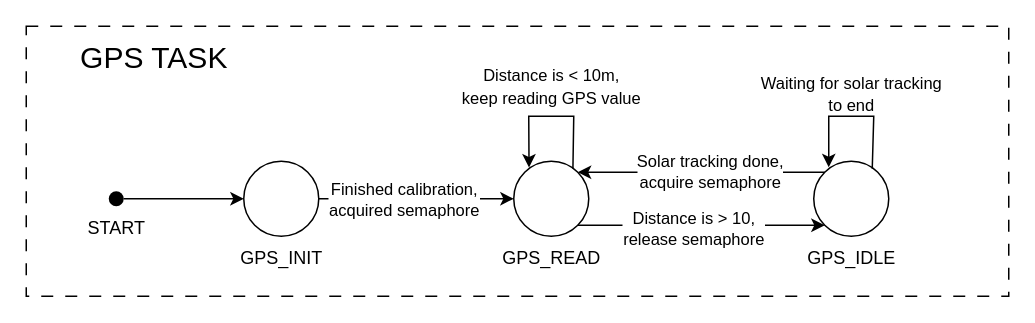
The draw.io diagram a07g_images/gps_fsm.drawio in ese5160/final-project-a07g-a14g-t02-a-p-a-t-h-y, before the edit. Source tidied: cells renumbered, new cells numbered last; positions are measured from the earlier drawing's top-left corner, leaving out a move shared by most shapes. Both pictures are drawn from the tidied source at 150%, with x=0, y=0 at pixel (26, 26).
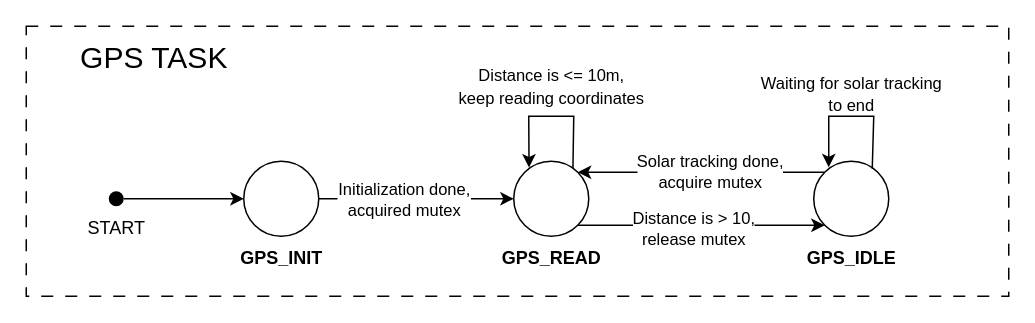
Above is the later version.

Commit message (it also covers changes not shown here):
upated gps, solar fsms

The change refers to these unchanged cells:
```xml
<mxCell id="9" style="endArrow=classic;html=1;rounded=0;exitX=1;exitY=0.5;exitDx=0;exitDy=0;entryX=0;entryY=0.5;entryDx=0;entryDy=0;" parent="1" edge="1" source="4" target="8">
  <mxGeometry relative="1" as="geometry" />
</mxCell>
<mxCell id="13" style="endArrow=classic;html=1;rounded=0;entryX=0;entryY=1;entryDx=0;entryDy=0;exitX=1;exitY=1;exitDx=0;exitDy=0;" parent="1" edge="1" source="8" target="12">
  <mxGeometry relative="1" as="geometry" />
</mxCell>
<mxCell id="15" style="endArrow=classic;html=1;rounded=0;exitX=0;exitY=0;exitDx=0;exitDy=0;entryX=1;entryY=0;entryDx=0;entryDy=0;" parent="1" edge="1" source="12" target="8">
  <mxGeometry relative="1" as="geometry" />
</mxCell>
```

Diff of the diagram source:
```diff
@@
-    <mxCell id="6" value="GPS_INIT" style="text;html=1;align=center;verticalAlign=middle;strokeColor=none;fillColor=none;" parent="1" vertex="1">
+    <mxCell id="6" value="GPS_INIT" style="text;html=1;align=center;verticalAlign=middle;strokeColor=none;fillColor=none;fontStyle=1;" parent="1" vertex="1">
       <mxGeometry x="130" y="140" width="80" height="30" as="geometry" />
     </mxCell>
@@
-    <mxCell id="10" value="Finished calibration,&lt;div&gt;acquired semaphore&lt;/div&gt;" style="edgeLabel;html=1;align=center;verticalAlign=middle;" parent="9" vertex="1">
+    <mxCell id="10" value="Initialization done,&lt;div&gt;acquired mutex&lt;/div&gt;" style="edgeLabel;html=1;align=center;verticalAlign=middle;" parent="9" vertex="1">
       <mxGeometry x="-0.27" y="1" relative="1" as="geometry">
         <mxPoint x="9" y="1" as="offset" />
       </mxGeometry>
     </mxCell>
-    <mxCell id="11" value="GPS_READ" style="text;html=1;align=center;verticalAlign=middle;strokeColor=none;fillColor=none;" parent="1" vertex="1">
+    <mxCell id="11" value="GPS_READ" style="text;html=1;align=center;verticalAlign=middle;strokeColor=none;fillColor=none;fontStyle=1;" parent="1" vertex="1">
       <mxGeometry x="305" y="140" width="90" height="30" as="geometry" />
     </mxCell>
@@
-    <mxCell id="14" value="Distance is &amp;gt; 10,&lt;div&gt;release semaphore&lt;/div&gt;" style="edgeLabel;html=1;align=center;verticalAlign=middle;" parent="13" vertex="1">
+    <mxCell id="14" value="Distance is &amp;gt; 10,&lt;div&gt;release mutex&lt;/div&gt;" style="edgeLabel;html=1;align=center;verticalAlign=middle;" parent="13" vertex="1">
       <mxGeometry x="-0.21" y="-1" relative="1" as="geometry">
         <mxPoint x="12" y="1" as="offset" />
       </mxGeometry>
     </mxCell>
@@
-    <mxCell id="16" value="Solar tracking done,&lt;div&gt;acquire semaphore&lt;/div&gt;" style="edgeLabel;html=1;align=center;verticalAlign=middle;" parent="15" vertex="1">
+    <mxCell id="16" value="Solar tracking done,&lt;div&gt;acquire mutex&lt;/div&gt;" style="edgeLabel;html=1;align=center;verticalAlign=middle;" parent="15" vertex="1">
       <mxGeometry x="0.23" y="-1" relative="1" as="geometry">
         <mxPoint x="24" as="offset" />
       </mxGeometry>
     </mxCell>
-    <mxCell id="17" value="GPS_IDLE" style="text;html=1;align=center;verticalAlign=middle;strokeColor=none;fillColor=none;" parent="1" vertex="1">
+    <mxCell id="17" value="GPS_IDLE" style="text;html=1;align=center;verticalAlign=middle;strokeColor=none;fillColor=none;fontStyle=1;" parent="1" vertex="1">
       <mxGeometry x="510" y="140" width="80" height="30" as="geometry" />
     </mxCell>
@@
-    <mxCell id="19" value="&lt;span style=&quot;font-size: 11px;&quot;&gt;Distance is &amp;lt; 10m,&lt;/span&gt;&lt;div&gt;&lt;span style=&quot;font-size: 11px;&quot;&gt;keep reading GPS value&lt;/span&gt;&lt;/div&gt;" style="text;html=1;align=center;verticalAlign=middle;strokeColor=none;fillColor=none;" parent="1" vertex="1">
-      <mxGeometry x="280" y="20" width="140" height="40" as="geometry" />
+    <mxCell id="19" value="&lt;span style=&quot;font-size: 11px;&quot;&gt;Distance is &amp;lt;= 10m,&lt;/span&gt;&lt;div&gt;&lt;span style=&quot;font-size: 11px;&quot;&gt;keep reading coordinates&lt;/span&gt;&lt;/div&gt;" style="text;html=1;align=center;verticalAlign=middle;strokeColor=none;fillColor=none;" parent="1" vertex="1">
+      <mxGeometry x="275" y="20" width="150" height="40" as="geometry" />
     </mxCell>
```
